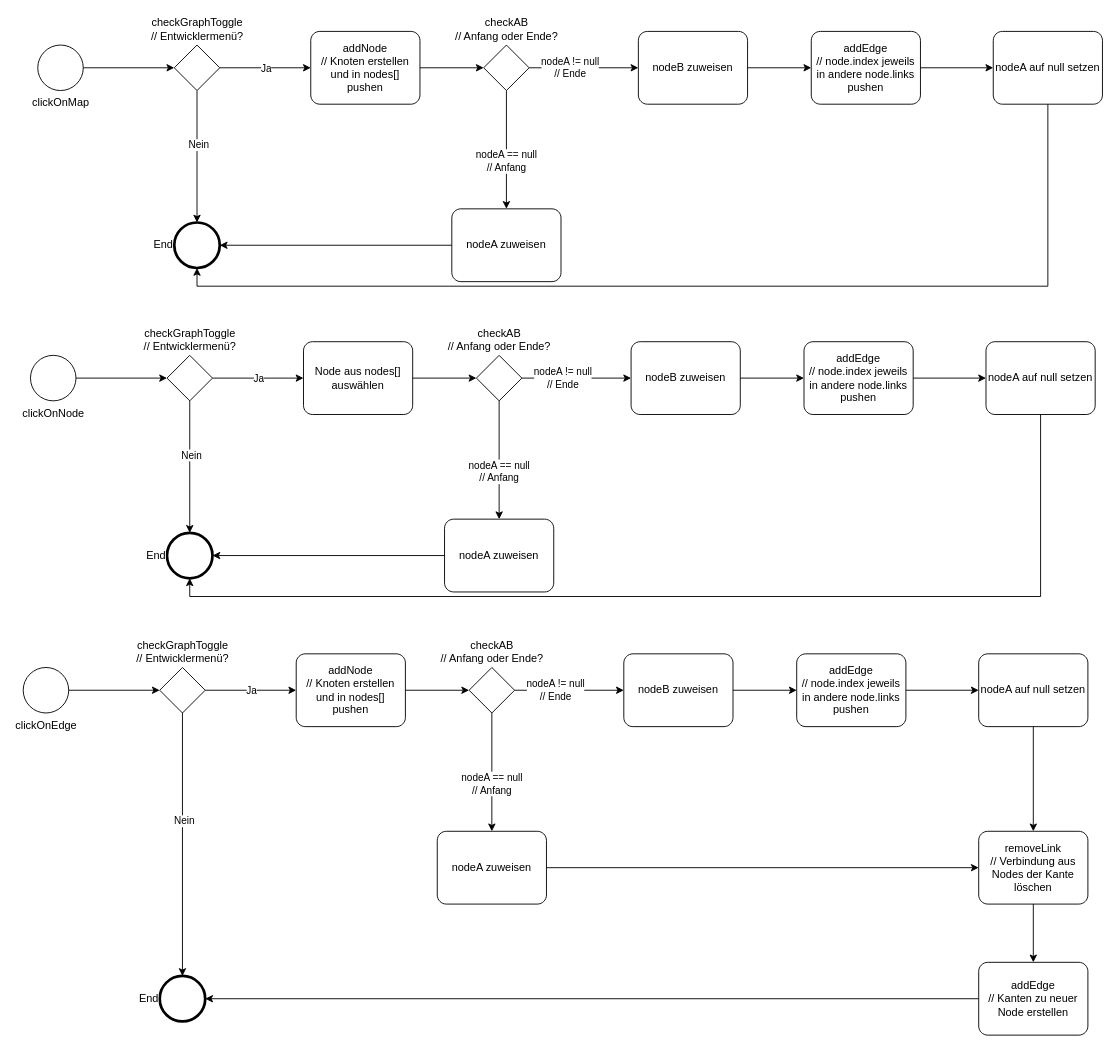
This is page "Funktionen" (2 of 2) of drawio/indoor-navigation.drawio from danielgilbers/indoor-navigation, a draw.io file, before an edit. Source tidied: cells renumbered, new cells numbered last; positions are measured from the earlier drawing's top-left corner, leaving out a move shared by most shapes. Both pictures are drawn from the tidied source at 91%, with x=0, y=0 at pixel (23, 31).
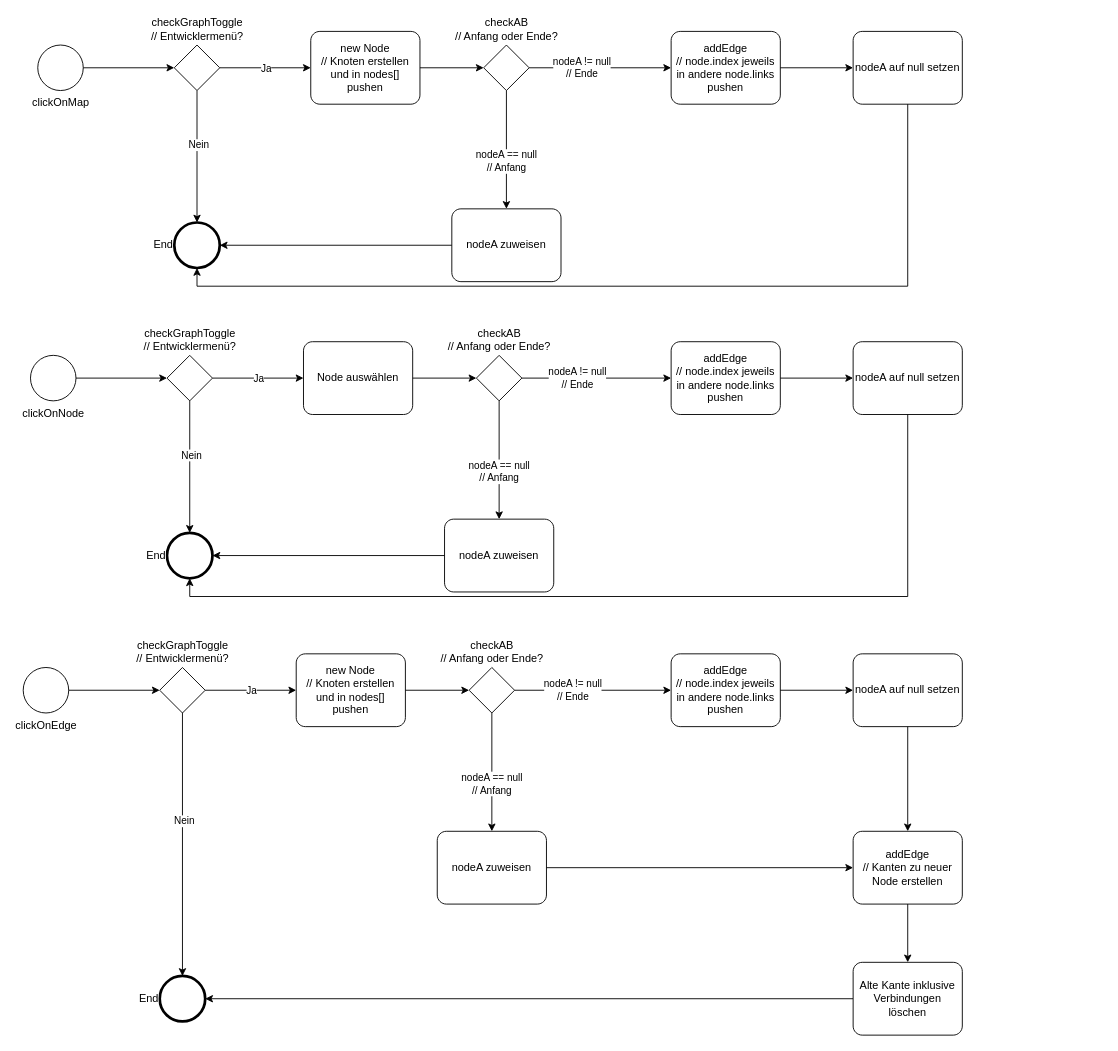
The same page after the edit.

The change refers to these unchanged cells:
```xml
<mxCell id="12" value="checkAB&lt;br&gt;// Anfang oder Ende?" style="points=[[0.25,0.25,0],[0.5,0,0],[0.75,0.25,0],[1,0.5,0],[0.75,0.75,0],[0.5,1,0],[0.25,0.75,0],[0,0.5,0]];shape=mxgraph.bpmn.gateway2;html=1;verticalLabelPosition=top;labelBackgroundColor=#ffffff;verticalAlign=bottom;align=center;perimeter=rhombusPerimeter;outlineConnect=0;outline=none;symbol=none;labelPosition=center;" parent="1" vertex="1">
  <mxGeometry x="506" y="15" width="50" height="50" as="geometry" />
</mxCell>
<mxCell id="35" value="checkAB&lt;br&gt;// Anfang oder Ende?" style="points=[[0.25,0.25,0],[0.5,0,0],[0.75,0.25,0],[1,0.5,0],[0.75,0.75,0],[0.5,1,0],[0.25,0.75,0],[0,0.5,0]];shape=mxgraph.bpmn.gateway2;html=1;verticalLabelPosition=top;labelBackgroundColor=#ffffff;verticalAlign=bottom;align=center;perimeter=rhombusPerimeter;outlineConnect=0;outline=none;symbol=none;labelPosition=center;" parent="1" vertex="1">
  <mxGeometry x="498" y="356" width="50" height="50" as="geometry" />
</mxCell>
<mxCell id="57" value="checkAB&lt;br&gt;// Anfang oder Ende?" style="points=[[0.25,0.25,0],[0.5,0,0],[0.75,0.25,0],[1,0.5,0],[0.75,0.75,0],[0.5,1,0],[0.25,0.75,0],[0,0.5,0]];shape=mxgraph.bpmn.gateway2;html=1;verticalLabelPosition=top;labelBackgroundColor=#ffffff;verticalAlign=bottom;align=center;perimeter=rhombusPerimeter;outlineConnect=0;outline=none;symbol=none;labelPosition=center;" parent="1" vertex="1">
  <mxGeometry x="490" y="699" width="50" height="50" as="geometry" />
</mxCell>
```

Diff of the diagram source:
```diff
@@
-    <mxCell id="3" value="addNode&lt;div&gt;// Knoten erstellen und in nodes[] pushen&lt;/div&gt;" style="points=[[0.25,0,0],[0.5,0,0],[0.75,0,0],[1,0.25,0],[1,0.5,0],[1,0.75,0],[0.75,1,0],[0.5,1,0],[0.25,1,0],[0,0.75,0],[0,0.5,0],[0,0.25,0]];shape=mxgraph.bpmn.task;whiteSpace=wrap;rectStyle=rounded;size=10;html=1;taskMarker=abstract;" parent="1" vertex="1">
+    <mxCell id="3" value="new Node&lt;div&gt;// Knoten erstellen und in nodes[] pushen&lt;/div&gt;" style="points=[[0.25,0,0],[0.5,0,0],[0.75,0,0],[1,0.25,0],[1,0.5,0],[1,0.75,0],[0.75,1,0],[0.5,1,0],[0.25,1,0],[0,0.75,0],[0,0.5,0],[0,0.25,0]];shape=mxgraph.bpmn.task;whiteSpace=wrap;rectStyle=rounded;size=10;html=1;taskMarker=abstract;" parent="1" vertex="1">
       <mxGeometry x="316" width="120" height="80" as="geometry" />
     </mxCell>
@@
-    <mxCell id="13" value="nodeB zuweisen" style="points=[[0.25,0,0],[0.5,0,0],[0.75,0,0],[1,0.25,0],[1,0.5,0],[1,0.75,0],[0.75,1,0],[0.5,1,0],[0.25,1,0],[0,0.75,0],[0,0.5,0],[0,0.25,0]];shape=mxgraph.bpmn.task;whiteSpace=wrap;rectStyle=rounded;size=10;html=1;taskMarker=abstract;" parent="1" vertex="1">
-      <mxGeometry x="676" width="120" height="80" as="geometry" />
-    </mxCell>
@@
-    <mxCell id="18" style="edgeStyle=orthogonalEdgeStyle;rounded=0;jettySize=auto;html=1;exitX=1;exitY=0.5;exitDx=0;exitDy=0;exitPerimeter=0;entryX=0;entryY=0.5;entryDx=0;entryDy=0;entryPerimeter=0;" parent="1" edge="1" source="12" target="13">
+    <mxCell id="18" style="edgeStyle=orthogonalEdgeStyle;rounded=0;jettySize=auto;html=1;exitX=1;exitY=0.5;exitDx=0;exitDy=0;exitPerimeter=0;" parent="1" edge="1" source="12" target="20">
       <mxGeometry relative="1" as="geometry" />
     </mxCell>
@@
     <mxCell id="20" value="addEdge&lt;div&gt;// node.index jeweils in andere node.links pushen&lt;/div&gt;" style="points=[[0.25,0,0],[0.5,0,0],[0.75,0,0],[1,0.25,0],[1,0.5,0],[1,0.75,0],[0.75,1,0],[0.5,1,0],[0.25,1,0],[0,0.75,0],[0,0.5,0],[0,0.25,0]];shape=mxgraph.bpmn.task;whiteSpace=wrap;rectStyle=rounded;size=10;html=1;taskMarker=abstract;" parent="1" vertex="1">
-      <mxGeometry x="866" width="120" height="80" as="geometry" />
+      <mxGeometry x="712" width="120" height="80" as="geometry" />
     </mxCell>
-    <mxCell id="21" style="edgeStyle=orthogonalEdgeStyle;rounded=0;jettySize=auto;html=1;exitX=1;exitY=0.5;exitDx=0;exitDy=0;exitPerimeter=0;entryX=0;entryY=0.5;entryDx=0;entryDy=0;entryPerimeter=0;" parent="1" edge="1" source="13" target="20">
-      <mxGeometry relative="1" as="geometry" />
-    </mxCell>
     <mxCell id="22" value="nodeA auf null setzen" style="points=[[0.25,0,0],[0.5,0,0],[0.75,0,0],[1,0.25,0],[1,0.5,0],[1,0.75,0],[0.75,1,0],[0.5,1,0],[0.25,1,0],[0,0.75,0],[0,0.5,0],[0,0.25,0]];shape=mxgraph.bpmn.task;whiteSpace=wrap;rectStyle=rounded;size=10;html=1;taskMarker=abstract;" parent="1" vertex="1">
-      <mxGeometry x="1066" width="120" height="80" as="geometry" />
+      <mxGeometry x="912" width="120" height="80" as="geometry" />
     </mxCell>
@@
-    <mxCell id="26" value="Node aus nodes[] auswählen" style="points=[[0.25,0,0],[0.5,0,0],[0.75,0,0],[1,0.25,0],[1,0.5,0],[1,0.75,0],[0.75,1,0],[0.5,1,0],[0.25,1,0],[0,0.75,0],[0,0.5,0],[0,0.25,0]];shape=mxgraph.bpmn.task;whiteSpace=wrap;rectStyle=rounded;size=10;html=1;taskMarker=abstract;" parent="1" vertex="1">
+    <mxCell id="26" value="Node auswählen" style="points=[[0.25,0,0],[0.5,0,0],[0.75,0,0],[1,0.25,0],[1,0.5,0],[1,0.75,0],[0.75,1,0],[0.5,1,0],[0.25,1,0],[0,0.75,0],[0,0.5,0],[0,0.25,0]];shape=mxgraph.bpmn.task;whiteSpace=wrap;rectStyle=rounded;size=10;html=1;taskMarker=abstract;" parent="1" vertex="1">
       <mxGeometry x="308" y="341" width="120" height="80" as="geometry" />
     </mxCell>
@@
-    <mxCell id="36" value="nodeB zuweisen" style="points=[[0.25,0,0],[0.5,0,0],[0.75,0,0],[1,0.25,0],[1,0.5,0],[1,0.75,0],[0.75,1,0],[0.5,1,0],[0.25,1,0],[0,0.75,0],[0,0.5,0],[0,0.25,0]];shape=mxgraph.bpmn.task;whiteSpace=wrap;rectStyle=rounded;size=10;html=1;taskMarker=abstract;" parent="1" vertex="1">
-      <mxGeometry x="668" y="341" width="120" height="80" as="geometry" />
-    </mxCell>
@@
-    <mxCell id="41" style="edgeStyle=orthogonalEdgeStyle;rounded=0;jettySize=auto;html=1;exitX=1;exitY=0.5;exitDx=0;exitDy=0;exitPerimeter=0;entryX=0;entryY=0.5;entryDx=0;entryDy=0;entryPerimeter=0;" parent="1" edge="1" source="35" target="36">
+    <mxCell id="41" style="edgeStyle=orthogonalEdgeStyle;rounded=0;jettySize=auto;html=1;exitX=1;exitY=0.5;exitDx=0;exitDy=0;exitPerimeter=0;" parent="1" edge="1" source="35" target="43">
       <mxGeometry relative="1" as="geometry" />
     </mxCell>
@@
     <mxCell id="43" value="addEdge&lt;div&gt;// node.index jeweils in andere node.links pushen&lt;/div&gt;" style="points=[[0.25,0,0],[0.5,0,0],[0.75,0,0],[1,0.25,0],[1,0.5,0],[1,0.75,0],[0.75,1,0],[0.5,1,0],[0.25,1,0],[0,0.75,0],[0,0.5,0],[0,0.25,0]];shape=mxgraph.bpmn.task;whiteSpace=wrap;rectStyle=rounded;size=10;html=1;taskMarker=abstract;" parent="1" vertex="1">
-      <mxGeometry x="858" y="341" width="120" height="80" as="geometry" />
+      <mxGeometry x="712" y="341" width="120" height="80" as="geometry" />
     </mxCell>
-    <mxCell id="44" style="edgeStyle=orthogonalEdgeStyle;rounded=0;jettySize=auto;html=1;exitX=1;exitY=0.5;exitDx=0;exitDy=0;exitPerimeter=0;entryX=0;entryY=0.5;entryDx=0;entryDy=0;entryPerimeter=0;" parent="1" edge="1" source="36" target="43">
-      <mxGeometry relative="1" as="geometry" />
-    </mxCell>
     <mxCell id="45" value="nodeA auf null setzen" style="points=[[0.25,0,0],[0.5,0,0],[0.75,0,0],[1,0.25,0],[1,0.5,0],[1,0.75,0],[0.75,1,0],[0.5,1,0],[0.25,1,0],[0,0.75,0],[0,0.5,0],[0,0.25,0]];shape=mxgraph.bpmn.task;whiteSpace=wrap;rectStyle=rounded;size=10;html=1;taskMarker=abstract;" parent="1" vertex="1">
-      <mxGeometry x="1058" y="341" width="120" height="80" as="geometry" />
+      <mxGeometry x="912" y="341" width="120" height="80" as="geometry" />
     </mxCell>
@@
-    <mxCell id="49" value="addNode&lt;div style=&quot;border-color: var(--border-color);&quot;&gt;// Knoten erstellen und in nodes[] pushen&lt;/div&gt;" style="points=[[0.25,0,0],[0.5,0,0],[0.75,0,0],[1,0.25,0],[1,0.5,0],[1,0.75,0],[0.75,1,0],[0.5,1,0],[0.25,1,0],[0,0.75,0],[0,0.5,0],[0,0.25,0]];shape=mxgraph.bpmn.task;whiteSpace=wrap;rectStyle=rounded;size=10;html=1;taskMarker=abstract;" parent="1" vertex="1">
+    <mxCell id="49" value="new Node&lt;div style=&quot;border-color: var(--border-color);&quot;&gt;// Knoten erstellen und in nodes[] pushen&lt;/div&gt;" style="points=[[0.25,0,0],[0.5,0,0],[0.75,0,0],[1,0.25,0],[1,0.5,0],[1,0.75,0],[0.75,1,0],[0.5,1,0],[0.25,1,0],[0,0.75,0],[0,0.5,0],[0,0.25,0]];shape=mxgraph.bpmn.task;whiteSpace=wrap;rectStyle=rounded;size=10;html=1;taskMarker=abstract;" parent="1" vertex="1">
       <mxGeometry x="300" y="684" width="120" height="80" as="geometry" />
     </mxCell>
@@
-    <mxCell id="58" value="nodeB zuweisen" style="points=[[0.25,0,0],[0.5,0,0],[0.75,0,0],[1,0.25,0],[1,0.5,0],[1,0.75,0],[0.75,1,0],[0.5,1,0],[0.25,1,0],[0,0.75,0],[0,0.5,0],[0,0.25,0]];shape=mxgraph.bpmn.task;whiteSpace=wrap;rectStyle=rounded;size=10;html=1;taskMarker=abstract;" parent="1" vertex="1">
-      <mxGeometry x="660" y="684" width="120" height="80" as="geometry" />
-    </mxCell>
@@
-    <mxCell id="63" style="edgeStyle=orthogonalEdgeStyle;rounded=0;jettySize=auto;html=1;exitX=1;exitY=0.5;exitDx=0;exitDy=0;exitPerimeter=0;entryX=0;entryY=0.5;entryDx=0;entryDy=0;entryPerimeter=0;" parent="1" edge="1" source="57" target="58">
+    <mxCell id="63" style="edgeStyle=orthogonalEdgeStyle;rounded=0;jettySize=auto;html=1;exitX=1;exitY=0.5;exitDx=0;exitDy=0;exitPerimeter=0;" parent="1" edge="1" source="57" target="65">
       <mxGeometry relative="1" as="geometry" />
     </mxCell>
@@
     <mxCell id="65" value="addEdge&lt;div&gt;// node.index jeweils in andere node.links pushen&lt;/div&gt;" style="points=[[0.25,0,0],[0.5,0,0],[0.75,0,0],[1,0.25,0],[1,0.5,0],[1,0.75,0],[0.75,1,0],[0.5,1,0],[0.25,1,0],[0,0.75,0],[0,0.5,0],[0,0.25,0]];shape=mxgraph.bpmn.task;whiteSpace=wrap;rectStyle=rounded;size=10;html=1;taskMarker=abstract;" parent="1" vertex="1">
-      <mxGeometry x="850" y="684" width="120" height="80" as="geometry" />
+      <mxGeometry x="712" y="684" width="120" height="80" as="geometry" />
     </mxCell>
-    <mxCell id="66" style="edgeStyle=orthogonalEdgeStyle;rounded=0;jettySize=auto;html=1;exitX=1;exitY=0.5;exitDx=0;exitDy=0;exitPerimeter=0;entryX=0;entryY=0.5;entryDx=0;entryDy=0;entryPerimeter=0;" parent="1" edge="1" source="58" target="65">
-      <mxGeometry relative="1" as="geometry" />
-    </mxCell>
     <mxCell id="67" value="nodeA auf null setzen" style="points=[[0.25,0,0],[0.5,0,0],[0.75,0,0],[1,0.25,0],[1,0.5,0],[1,0.75,0],[0.75,1,0],[0.5,1,0],[0.25,1,0],[0,0.75,0],[0,0.5,0],[0,0.25,0]];shape=mxgraph.bpmn.task;whiteSpace=wrap;rectStyle=rounded;size=10;html=1;taskMarker=abstract;" parent="1" vertex="1">
-      <mxGeometry x="1050" y="684" width="120" height="80" as="geometry" />
+      <mxGeometry x="912" y="684" width="120" height="80" as="geometry" />
     </mxCell>
@@
-    <mxCell id="71" value="removeLink&lt;br&gt;// Verbindung aus Nodes der Kante löschen" style="points=[[0.25,0,0],[0.5,0,0],[0.75,0,0],[1,0.25,0],[1,0.5,0],[1,0.75,0],[0.75,1,0],[0.5,1,0],[0.25,1,0],[0,0.75,0],[0,0.5,0],[0,0.25,0]];shape=mxgraph.bpmn.task;whiteSpace=wrap;rectStyle=rounded;size=10;html=1;taskMarker=abstract;" parent="1" vertex="1">
-      <mxGeometry x="1050" y="879" width="120" height="80" as="geometry" />
+    <mxCell id="71" value="addEdge&lt;br style=&quot;border-color: var(--border-color);&quot;&gt;// Kanten zu neuer Node erstellen" style="points=[[0.25,0,0],[0.5,0,0],[0.75,0,0],[1,0.25,0],[1,0.5,0],[1,0.75,0],[0.75,1,0],[0.5,1,0],[0.25,1,0],[0,0.75,0],[0,0.5,0],[0,0.25,0]];shape=mxgraph.bpmn.task;whiteSpace=wrap;rectStyle=rounded;size=10;html=1;taskMarker=abstract;" parent="1" vertex="1">
+      <mxGeometry x="912" y="879" width="120" height="80" as="geometry" />
     </mxCell>
@@
-    <mxCell id="74" value="addEdge&lt;br&gt;// Kanten zu neuer Node erstellen" style="points=[[0.25,0,0],[0.5,0,0],[0.75,0,0],[1,0.25,0],[1,0.5,0],[1,0.75,0],[0.75,1,0],[0.5,1,0],[0.25,1,0],[0,0.75,0],[0,0.5,0],[0,0.25,0]];shape=mxgraph.bpmn.task;whiteSpace=wrap;rectStyle=rounded;size=10;html=1;taskMarker=abstract;" parent="1" vertex="1">
-      <mxGeometry x="1050" y="1023" width="120" height="80" as="geometry" />
+    <mxCell id="74" value="Alte Kante inklusive Verbindungen löschen" style="points=[[0.25,0,0],[0.5,0,0],[0.75,0,0],[1,0.25,0],[1,0.5,0],[1,0.75,0],[0.75,1,0],[0.5,1,0],[0.25,1,0],[0,0.75,0],[0,0.5,0],[0,0.25,0]];shape=mxgraph.bpmn.task;whiteSpace=wrap;rectStyle=rounded;size=10;html=1;taskMarker=abstract;" parent="1" vertex="1">
+      <mxGeometry x="912" y="1023" width="120" height="80" as="geometry" />
     </mxCell>
```
